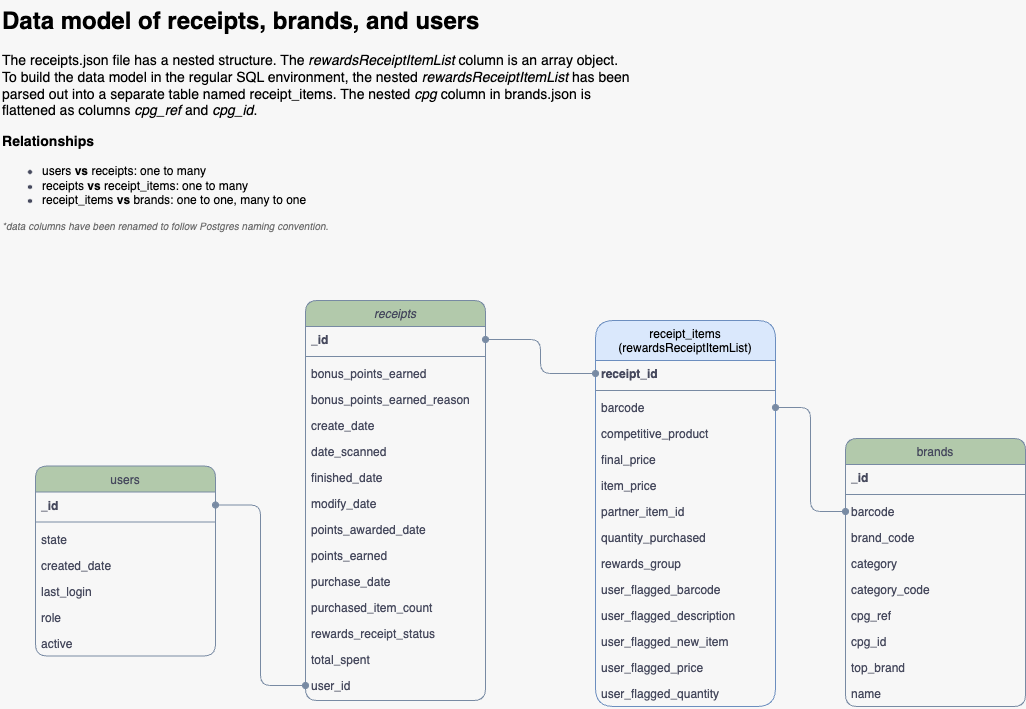
This is data_model_diagram.drawio.png from Lewesyru/fetch_challenge, a draw.io export, as it was before one commit. Source tidied: cells renumbered, new cells last; positions are measured from the earlier drawing's top-left corner, leaving out a move shared by most shapes.
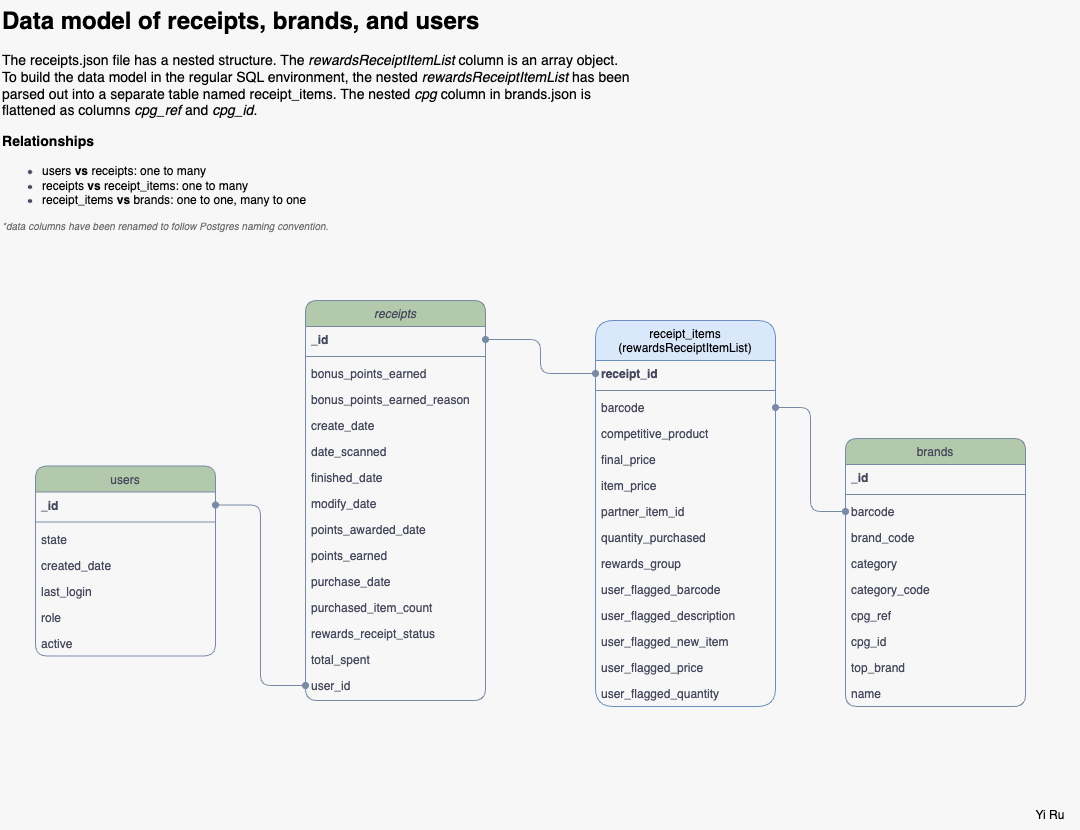
The same file after the commit.

The edit, as a diff of the source:
```diff
@@ -164,5 +164,8 @@
     <mxCell id="55" value="&lt;h1 style=&quot;margin-top: 0px;&quot;&gt;&lt;font style=&quot;color: rgb(0, 0, 0);&quot;&gt;Data model of receipts, brands, and users&lt;/font&gt;&lt;/h1&gt;&lt;h3&gt;&lt;font style=&quot;font-size: 14px;&quot;&gt;&lt;font color=&quot;#000000&quot;&gt;&lt;span style=&quot;font-weight: normal;&quot;&gt;The receipts.json file has a nested structure. The&amp;nbsp;&lt;/span&gt;&lt;/font&gt;&lt;i style=&quot;color: light-dark(rgb(0, 0, 0), rgb(237, 237, 237)); background-color: transparent; font-weight: normal;&quot;&gt;rewardsReceiptItemList&lt;/i&gt;&lt;span style=&quot;color: light-dark(rgb(0, 0, 0), rgb(237, 237, 237)); background-color: transparent; font-weight: normal;&quot;&gt;&amp;nbsp;column is an array object. To build the data model in the regular SQL environment, the nested &lt;/span&gt;&lt;i style=&quot;color: light-dark(rgb(0, 0, 0), rgb(237, 237, 237)); background-color: transparent; font-weight: normal;&quot;&gt;rewardsReceiptItemList&lt;/i&gt;&lt;span style=&quot;color: light-dark(rgb(0, 0, 0), rgb(237, 237, 237)); background-color: transparent; font-weight: normal;&quot;&gt;&amp;nbsp;has been parsed out into a separate table named receipt_items. The nested &lt;i&gt;cpg&lt;/i&gt; column in brands.json is flattened as columns &lt;i&gt;cpg_ref&lt;/i&gt; and &lt;i&gt;cpg_id&lt;/i&gt;.&lt;/span&gt;&lt;/font&gt;&lt;/h3&gt;&lt;h3&gt;&lt;strong&gt;&lt;font style=&quot;color: rgb(0, 0, 0);&quot;&gt;Relationships&lt;/font&gt;&lt;/strong&gt;&lt;/h3&gt;&lt;ul&gt;&lt;li&gt;&lt;span&gt;&lt;font style=&quot;color: rgb(0, 0, 0);&quot;&gt;users &lt;b&gt;vs&lt;/b&gt; receipts: one to many&lt;/font&gt;&lt;/span&gt;&lt;/li&gt;&lt;li&gt;&lt;span&gt;&lt;font style=&quot;color: rgb(0, 0, 0);&quot;&gt;receipts &lt;b&gt;vs&lt;/b&gt; receipt_items: one to many&lt;/font&gt;&lt;/span&gt;&lt;/li&gt;&lt;li&gt;&lt;span&gt;&lt;font style=&quot;color: rgb(0, 0, 0);&quot;&gt;receipt_items &lt;b&gt;vs&lt;/b&gt;&amp;nbsp;brands: one to one, many to one&lt;/font&gt;&lt;/span&gt;&lt;/li&gt;&lt;/ul&gt;&lt;div&gt;&lt;i&gt;&lt;font style=&quot;color: rgb(112, 112, 112); font-size: 10px;&quot;&gt;*data columns have been renamed to follow Postgres naming convention.&amp;nbsp;&lt;/font&gt;&lt;/i&gt;&lt;/div&gt;" style="text;html=1;whiteSpace=wrap;overflow=hidden;rounded=0;fontColor=#46495D;" parent="1" vertex="1">
       <mxGeometry width="630" height="290" as="geometry" />
     </mxCell>
+    <mxCell id="56" value="Yi Ru" style="text;html=1;align=center;verticalAlign=middle;whiteSpace=wrap;rounded=0;" parent="1" vertex="1">
+      <mxGeometry x="1020" y="800" width="60" height="30" as="geometry" />
+    </mxCell>
   </root>
 </mxGraphModel>
```
